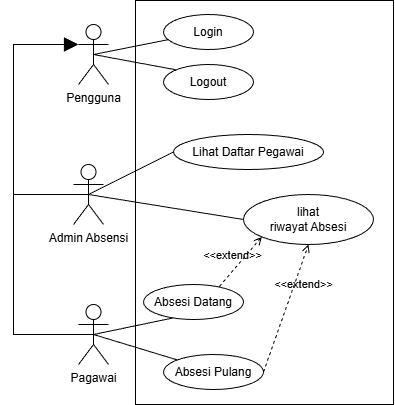
Above: Doc/Usecase.drawio.png in julian34/Absesi-Pegawai-RPL (draw.io), before the change. Source tidied: cells renumbered, new cells last; positions are measured from the earlier drawing's top-left corner, leaving out a move shared by most shapes. Source of this version:
```xml
<mxGraphModel>
  <root>
    <mxCell id="0" />
    <mxCell id="1" parent="0" />
    <mxCell id="2" style="html=1;whiteSpace=wrap;" parent="1" vertex="1">
      <mxGeometry x="122" width="258" height="404" as="geometry" />
    </mxCell>
    <mxCell id="3" value="Admin Absensi" style="shape=umlActor;verticalLabelPosition=bottom;verticalAlign=top;html=1;" parent="1" vertex="1">
      <mxGeometry x="60" y="164" width="30" height="60" as="geometry" />
    </mxCell>
    <mxCell id="4" value="Pagawai" style="shape=umlActor;verticalLabelPosition=bottom;verticalAlign=top;html=1;" parent="1" vertex="1">
      <mxGeometry x="65" y="304" width="30" height="60" as="geometry" />
    </mxCell>
    <mxCell id="5" value="Pengguna" style="shape=umlActor;verticalLabelPosition=bottom;verticalAlign=top;html=1;" parent="1" vertex="1">
      <mxGeometry x="65" y="24" width="30" height="60" as="geometry" />
    </mxCell>
    <mxCell id="6" style="endArrow=block;endFill=1;endSize=12;html=1;entryX=0;entryY=0.3333333333333333;entryDx=0;entryDy=0;entryPerimeter=0;exitX=0.5;exitY=0.5;exitDx=0;exitDy=0;exitPerimeter=0;rounded=0;curved=0;" parent="1" edge="1" source="3" target="5">
      <mxGeometry relative="1" as="geometry">
        <Array as="points">
          <mxPoint y="194" />
          <mxPoint y="44" />
        </Array>
      </mxGeometry>
    </mxCell>
    <mxCell id="7" style="endArrow=block;endFill=1;endSize=12;html=1;entryX=0;entryY=0.3333333333333333;entryDx=0;entryDy=0;entryPerimeter=0;exitX=0.5;exitY=0.5;exitDx=0;exitDy=0;exitPerimeter=0;rounded=0;curved=0;" parent="1" edge="1" source="4" target="5">
      <mxGeometry relative="1" as="geometry">
        <Array as="points">
          <mxPoint y="334" />
          <mxPoint y="44" />
        </Array>
      </mxGeometry>
    </mxCell>
    <mxCell id="8" value="Login" style="ellipse;whiteSpace=wrap;html=1;" parent="1" vertex="1">
      <mxGeometry x="150" y="14" width="90" height="35" as="geometry" />
    </mxCell>
    <mxCell id="9" value="Logout" style="ellipse;whiteSpace=wrap;html=1;" parent="1" vertex="1">
      <mxGeometry x="150" y="64" width="90" height="35" as="geometry" />
    </mxCell>
    <mxCell id="10" value="Lihat Daftar Pegawai" style="ellipse;whiteSpace=wrap;html=1;" parent="1" vertex="1">
      <mxGeometry x="160" y="134" width="150" height="35" as="geometry" />
    </mxCell>
    <mxCell id="11" value="lihat &lt;br&gt;riwayat Absesi" style="ellipse;whiteSpace=wrap;html=1;" parent="1" vertex="1">
      <mxGeometry x="230" y="194" width="130" height="50" as="geometry" />
    </mxCell>
    <mxCell id="12" value="Absesi Datang" style="ellipse;whiteSpace=wrap;html=1;" parent="1" vertex="1">
      <mxGeometry x="130" y="284" width="100" height="35" as="geometry" />
    </mxCell>
    <mxCell id="13" value="Absesi Pulang" style="ellipse;whiteSpace=wrap;html=1;" parent="1" vertex="1">
      <mxGeometry x="150" y="354" width="100" height="35" as="geometry" />
    </mxCell>
    <mxCell id="14" style="endArrow=none;html=1;exitX=0.5;exitY=0.5;exitDx=0;exitDy=0;exitPerimeter=0;" parent="1" edge="1" source="5" target="8">
      <mxGeometry relative="1" as="geometry" />
    </mxCell>
    <mxCell id="15" style="endArrow=none;html=1;exitX=0.5;exitY=0.5;exitDx=0;exitDy=0;exitPerimeter=0;entryX=0;entryY=0;entryDx=0;entryDy=0;" parent="1" edge="1" source="5" target="9">
      <mxGeometry relative="1" as="geometry" />
    </mxCell>
    <mxCell id="16" style="endArrow=none;html=1;exitX=0.5;exitY=0.5;exitDx=0;exitDy=0;exitPerimeter=0;entryX=0;entryY=0.5;entryDx=0;entryDy=0;" parent="1" edge="1" source="3" target="10">
      <mxGeometry relative="1" as="geometry" />
    </mxCell>
    <mxCell id="17" style="endArrow=none;html=1;exitX=0.5;exitY=0.5;exitDx=0;exitDy=0;exitPerimeter=0;entryX=0.303;entryY=0.951;entryDx=0;entryDy=0;entryPerimeter=0;" parent="1" edge="1" source="4" target="12">
      <mxGeometry relative="1" as="geometry" />
    </mxCell>
    <mxCell id="18" style="endArrow=none;html=1;exitX=0.5;exitY=0.5;exitDx=0;exitDy=0;exitPerimeter=0;entryX=0;entryY=0;entryDx=0;entryDy=0;" parent="1" edge="1" source="4" target="13">
      <mxGeometry relative="1" as="geometry" />
    </mxCell>
    <mxCell id="19" style="endArrow=none;html=1;exitX=0.5;exitY=0.5;exitDx=0;exitDy=0;exitPerimeter=0;entryX=0;entryY=0.5;entryDx=0;entryDy=0;" parent="1" edge="1" source="3" target="11">
      <mxGeometry relative="1" as="geometry" />
    </mxCell>
    <mxCell id="20" value="&amp;lt;&amp;lt;extend&amp;gt;&amp;gt;" style="html=1;verticalAlign=bottom;labelBackgroundColor=none;endArrow=open;endFill=0;dashed=1;entryX=0;entryY=1;entryDx=0;entryDy=0;exitX=0.76;exitY=0.053;exitDx=0;exitDy=0;exitPerimeter=0;" parent="1" edge="1" source="12" target="11">
      <mxGeometry x="-0.21" y="4" relative="1" as="geometry" />
    </mxCell>
    <mxCell id="21" value="&amp;lt;&amp;lt;extend&amp;gt;&amp;gt;" style="html=1;verticalAlign=bottom;labelBackgroundColor=none;endArrow=open;endFill=0;dashed=1;exitX=1;exitY=0.5;exitDx=0;exitDy=0;entryX=0.5;entryY=1;entryDx=0;entryDy=0;" parent="1" edge="1" source="13" target="11">
      <mxGeometry x="0.28" y="-12" relative="1" as="geometry" />
    </mxCell>
  </root>
</mxGraphModel>
```
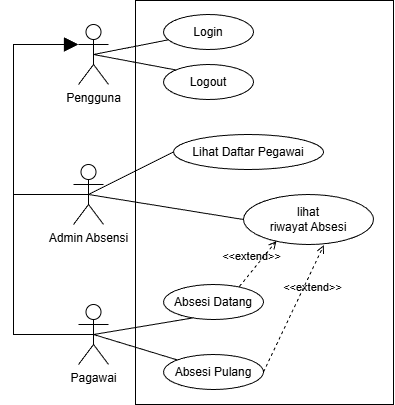
After the change.

Diff of the diagram source:
```diff
@@ -43,7 +43,7 @@
       <mxGeometry x="230" y="194" width="130" height="50" as="geometry" />
     </mxCell>
     <mxCell id="12" value="Absesi Datang" style="ellipse;whiteSpace=wrap;html=1;" parent="1" vertex="1">
-      <mxGeometry x="130" y="284" width="100" height="35" as="geometry" />
+      <mxGeometry x="150" y="284" width="100" height="35" as="geometry" />
     </mxCell>
     <mxCell id="13" value="Absesi Pulang" style="ellipse;whiteSpace=wrap;html=1;" parent="1" vertex="1">
       <mxGeometry x="150" y="354" width="100" height="35" as="geometry" />
@@ -66,10 +66,10 @@
     <mxCell id="19" style="endArrow=none;html=1;exitX=0.5;exitY=0.5;exitDx=0;exitDy=0;exitPerimeter=0;entryX=0;entryY=0.5;entryDx=0;entryDy=0;" parent="1" edge="1" source="3" target="11">
       <mxGeometry relative="1" as="geometry" />
     </mxCell>
-    <mxCell id="20" value="&amp;lt;&amp;lt;extend&amp;gt;&amp;gt;" style="html=1;verticalAlign=bottom;labelBackgroundColor=none;endArrow=open;endFill=0;dashed=1;entryX=0;entryY=1;entryDx=0;entryDy=0;exitX=0.76;exitY=0.053;exitDx=0;exitDy=0;exitPerimeter=0;" parent="1" edge="1" source="12" target="11">
+    <mxCell id="20" value="&amp;lt;&amp;lt;extend&amp;gt;&amp;gt;" style="html=1;verticalAlign=bottom;labelBackgroundColor=none;endArrow=open;endFill=0;dashed=1;exitX=0.76;exitY=0.053;exitDx=0;exitDy=0;exitPerimeter=0;entryX=0.253;entryY=0.93;entryDx=0;entryDy=0;entryPerimeter=0;" parent="1" edge="1" source="12" target="11">
       <mxGeometry x="-0.21" y="4" relative="1" as="geometry" />
     </mxCell>
-    <mxCell id="21" value="&amp;lt;&amp;lt;extend&amp;gt;&amp;gt;" style="html=1;verticalAlign=bottom;labelBackgroundColor=none;endArrow=open;endFill=0;dashed=1;exitX=1;exitY=0.5;exitDx=0;exitDy=0;entryX=0.5;entryY=1;entryDx=0;entryDy=0;" parent="1" edge="1" source="13" target="11">
+    <mxCell id="21" value="&amp;lt;&amp;lt;extend&amp;gt;&amp;gt;" style="html=1;verticalAlign=bottom;labelBackgroundColor=none;endArrow=open;endFill=0;dashed=1;exitX=1;exitY=0.5;exitDx=0;exitDy=0;entryX=0.618;entryY=1.013;entryDx=0;entryDy=0;entryPerimeter=0;" parent="1" edge="1" source="13" target="11">
       <mxGeometry x="0.28" y="-12" relative="1" as="geometry" />
     </mxCell>
   </root>
```
